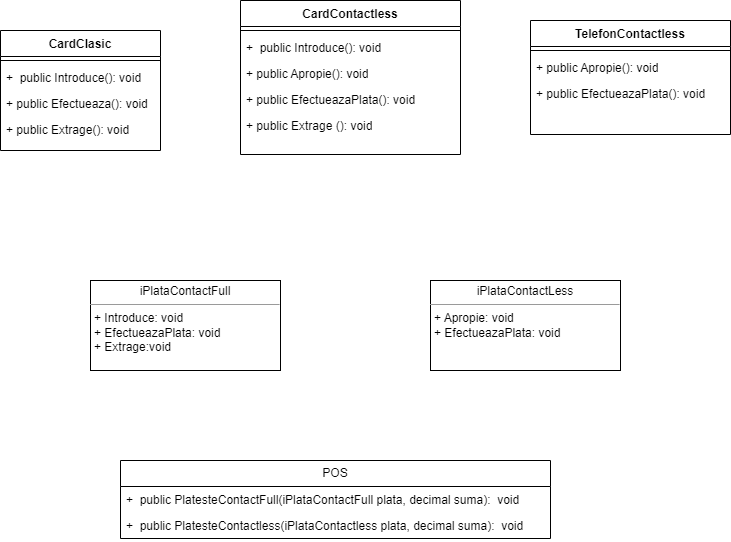
The draw.io diagram POS Diagram.drawio.png in AdinaSerediuc/Lab7POS, before a commit. Source tidied: cells renumbered, new cells last; positions are measured from the earlier drawing's top-left corner, leaving out a move shared by most shapes.
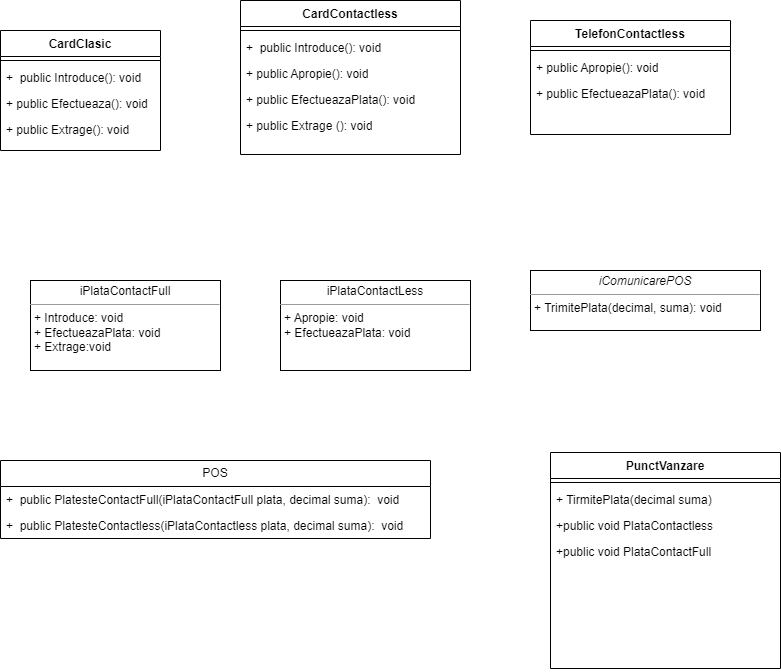
The same file after the commit.

Diff of the diagram source:
```diff
@@ -3,13 +3,13 @@
     <mxCell id="0" />
     <mxCell id="1" parent="0" />
     <mxCell id="2" value="&lt;p style=&quot;margin:0px;margin-top:4px;text-align:center;&quot;&gt;iPlataContactFull&lt;br&gt;&lt;/p&gt;&lt;hr size=&quot;1&quot;&gt;&lt;p style=&quot;margin:0px;margin-left:4px;&quot;&gt;+ Introduce: void&lt;br&gt;+ EfectueazaPlata: void&lt;/p&gt;&lt;p style=&quot;margin:0px;margin-left:4px;&quot;&gt;+ Extrage:void&lt;/p&gt;" style="verticalAlign=top;align=left;overflow=fill;fontSize=12;fontFamily=Helvetica;html=1;whiteSpace=wrap;" parent="1" vertex="1">
-      <mxGeometry x="90" y="280" width="190" height="90" as="geometry" />
+      <mxGeometry x="30" y="280" width="190" height="90" as="geometry" />
     </mxCell>
     <mxCell id="3" value="&lt;p style=&quot;margin:0px;margin-top:4px;text-align:center;&quot;&gt;iPlataContactLess&lt;/p&gt;&lt;hr size=&quot;1&quot;&gt;&lt;p style=&quot;border-color: var(--border-color); margin: 0px 0px 0px 4px;&quot;&gt;+ Apropie: void&lt;br style=&quot;border-color: var(--border-color);&quot;&gt;+ EfectueazaPlata: void&lt;/p&gt;&lt;p style=&quot;margin:0px;margin-left:4px;&quot;&gt;&lt;br&gt;&lt;/p&gt;" style="verticalAlign=top;align=left;overflow=fill;fontSize=12;fontFamily=Helvetica;html=1;whiteSpace=wrap;" parent="1" vertex="1">
-      <mxGeometry x="430" y="280" width="190" height="90" as="geometry" />
+      <mxGeometry x="280" y="280" width="190" height="90" as="geometry" />
     </mxCell>
     <mxCell id="4" value="POS" style="swimlane;fontStyle=0;horizontal=1;startSize=26;fillColor=none;whiteSpace=wrap;html=1;" parent="1" vertex="1">
-      <mxGeometry x="120" y="460" width="430" height="78" as="geometry" />
+      <mxGeometry y="460" width="430" height="78" as="geometry" />
     </mxCell>
     <mxCell id="5" value="+&amp;nbsp; public PlatesteContactFull(iPlataContactFull plata, decimal suma):&amp;nbsp; void" style="text;strokeColor=none;fillColor=none;align=left;verticalAlign=top;spacingLeft=4;spacingRight=4;overflow=hidden;whiteSpace=wrap;html=1;" parent="4" vertex="1">
       <mxGeometry y="26" width="430" height="26" as="geometry" />
@@ -62,5 +62,23 @@
     <mxCell id="21" value="+ public EfectueazaPlata(): void" style="text;strokeColor=none;fillColor=none;align=left;verticalAlign=top;spacingLeft=4;spacingRight=4;overflow=hidden;whiteSpace=wrap;html=1;" parent="18" vertex="1">
       <mxGeometry y="60" width="200" height="54" as="geometry" />
     </mxCell>
+    <mxCell id="22" value="&lt;p style=&quot;margin:0px;margin-top:4px;text-align:center;&quot;&gt;&lt;i&gt;iComunicarePOS&lt;/i&gt;&lt;/p&gt;&lt;hr size=&quot;1&quot;&gt;&lt;p style=&quot;margin:0px;margin-left:4px;&quot;&gt;&lt;/p&gt;&lt;p style=&quot;margin:0px;margin-left:4px;&quot;&gt;+ TrimitePlata(decimal, suma): void&lt;br&gt;&lt;/p&gt;" style="verticalAlign=top;align=left;overflow=fill;fontSize=12;fontFamily=Helvetica;html=1;whiteSpace=wrap;" parent="1" vertex="1">
+      <mxGeometry x="530" y="270" width="230" height="60" as="geometry" />
+    </mxCell>
+    <mxCell id="23" value="PunctVanzare" style="swimlane;fontStyle=1;align=center;verticalAlign=top;horizontal=1;startSize=26;whiteSpace=wrap;html=1;" parent="1" vertex="1">
+      <mxGeometry x="550" y="452" width="230" height="216" as="geometry" />
+    </mxCell>
+    <mxCell id="24" style="line;strokeWidth=1;fillColor=none;align=left;verticalAlign=middle;spacingTop=-1;spacingLeft=3;spacingRight=3;labelPosition=right;strokeColor=inherit;" parent="23" vertex="1">
+      <mxGeometry y="26" width="230" height="8" as="geometry" />
+    </mxCell>
+    <mxCell id="25" value="+ TirmitePlata(decimal suma)" style="text;strokeColor=none;fillColor=none;align=left;verticalAlign=top;spacingLeft=4;spacingRight=4;overflow=hidden;whiteSpace=wrap;html=1;" parent="23" vertex="1">
+      <mxGeometry y="34" width="230" height="26" as="geometry" />
+    </mxCell>
+    <mxCell id="26" value="+public void PlataContactless" style="text;strokeColor=none;fillColor=none;align=left;verticalAlign=top;spacingLeft=4;spacingRight=4;overflow=hidden;whiteSpace=wrap;html=1;" parent="23" vertex="1">
+      <mxGeometry y="60" width="230" height="26" as="geometry" />
+    </mxCell>
+    <mxCell id="27" value="+public void PlataContactFull" style="text;strokeColor=none;fillColor=none;align=left;verticalAlign=top;spacingLeft=4;spacingRight=4;overflow=hidden;whiteSpace=wrap;html=1;" parent="23" vertex="1">
+      <mxGeometry y="86" width="230" height="130" as="geometry" />
+    </mxCell>
   </root>
 </mxGraphModel>
```
